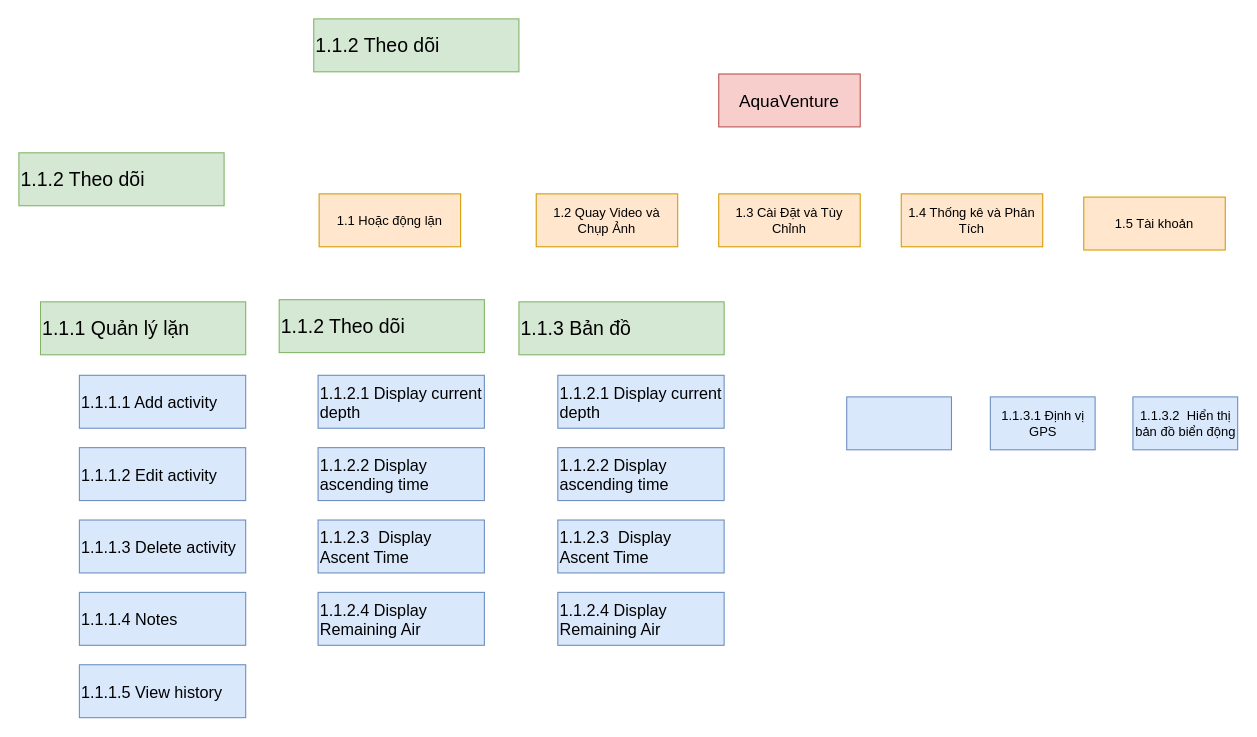
Earlier version of the draw.io diagram a hirearchical model for aquaventure.drawio (myndgcc20002/Employee_CRUD). Source tidied: cells renumbered, new cells numbered last; positions are measured from the earlier drawing's top-left corner, leaving out a move shared by most shapes. Both pictures are drawn from the tidied source at 108%, with x=0, y=0 at pixel (18, 18).
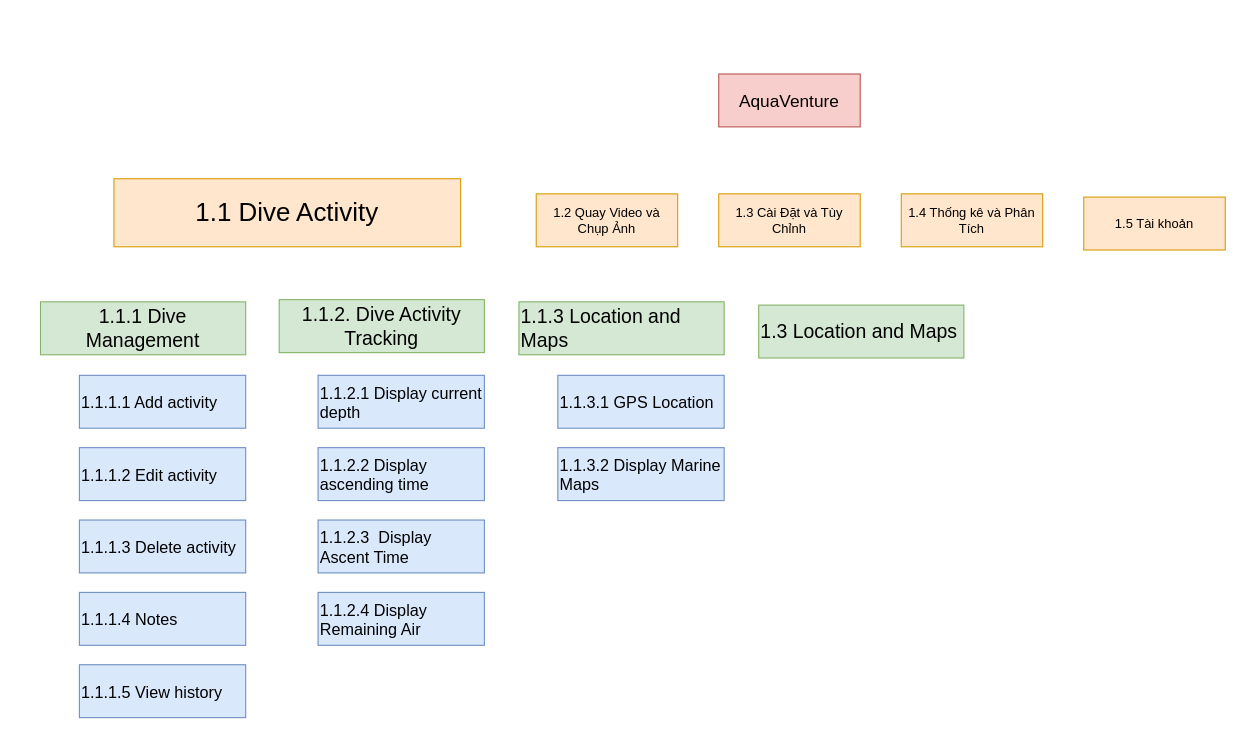
The same page after the edit.

What changed in the source:
```diff
@@
-    <mxCell id="3" value="   1.1 Hoặc động lặn" style="rounded=0;whiteSpace=wrap;html=1;fillColor=#ffe6cc;strokeColor=#d79b00;" parent="1" vertex="1">
-      <mxGeometry x="278" y="162" width="131" height="49" as="geometry" />
+    <mxCell id="3" value="1.1 Dive Activity" style="rounded=0;whiteSpace=wrap;html=1;fillColor=#ffe6cc;strokeColor=#d79b00;fontSize=24;" parent="1" vertex="1">
+      <mxGeometry x="88" y="148" width="321" height="63" as="geometry" />
     </mxCell>
@@
-    <mxCell id="8" value="1.1.1 Quản lý lặn" style="rounded=0;whiteSpace=wrap;html=1;fillColor=#d5e8d4;strokeColor=#82b366;align=left;fontSize=18;" parent="1" vertex="1">
+    <mxCell id="8" value="1.1.1 Dive Management" style="rounded=0;whiteSpace=wrap;html=1;fillColor=#d5e8d4;strokeColor=#82b366;align=center;fontSize=18;" parent="1" vertex="1">
       <mxGeometry x="20" y="262" width="190" height="49" as="geometry" />
     </mxCell>
@@
-    <mxCell id="10" style="rounded=0;whiteSpace=wrap;html=1;fillColor=#dae8fc;strokeColor=#6c8ebf;" parent="1" vertex="1">
-      <mxGeometry x="766.5" y="350" width="97" height="49" as="geometry" />
-    </mxCell>
-    <mxCell id="11" value="1.1.3.1&amp;nbsp;Định vị GPS" style="rounded=0;whiteSpace=wrap;html=1;fillColor=#dae8fc;strokeColor=#6c8ebf;" parent="1" vertex="1">
-      <mxGeometry x="899.5" y="350" width="97" height="49" as="geometry" />
-    </mxCell>
-    <mxCell id="12" value="1.1.3.2&amp;nbsp; Hiển thị bản đồ biển động" style="rounded=0;whiteSpace=wrap;html=1;fillColor=#dae8fc;strokeColor=#6c8ebf;" parent="1" vertex="1">
-      <mxGeometry x="1031.5" y="350" width="97" height="49" as="geometry" />
-    </mxCell>
-    <mxCell id="13" value="1.1.2 Theo dõi" style="rounded=0;whiteSpace=wrap;html=1;fillColor=#d5e8d4;strokeColor=#82b366;align=left;fontSize=18;" parent="1" vertex="1">
-      <mxGeometry y="124" width="190" height="49" as="geometry" />
-    </mxCell>
-    <mxCell id="14" value="1.1.2 Theo dõi" style="rounded=0;whiteSpace=wrap;html=1;fillColor=#d5e8d4;strokeColor=#82b366;align=left;fontSize=18;" parent="1" vertex="1">
-      <mxGeometry x="273" width="190" height="49" as="geometry" />
-    </mxCell>
-    <mxCell id="15" value="1.1.3 Bản đồ" style="rounded=0;whiteSpace=wrap;html=1;fillColor=#d5e8d4;strokeColor=#82b366;align=left;fontSize=18;" parent="1" vertex="1">
+    <mxCell id="15" value="1.1.3 Location and Maps" style="rounded=0;whiteSpace=wrap;html=1;fillColor=#d5e8d4;strokeColor=#82b366;align=left;fontSize=18;" parent="1" vertex="1">
       <mxGeometry x="463" y="262" width="190" height="49" as="geometry" />
     </mxCell>
-    <mxCell id="16" value="1.1.2 Theo dõi" style="rounded=0;whiteSpace=wrap;html=1;fillColor=#d5e8d4;strokeColor=#82b366;align=left;fontSize=18;" parent="1" vertex="1">
+    <mxCell id="16" value="1.1.2. Dive Activity Tracking" style="rounded=0;whiteSpace=wrap;html=1;fillColor=#d5e8d4;strokeColor=#82b366;align=center;fontSize=18;" parent="1" vertex="1">
       <mxGeometry x="241" y="260" width="190" height="49" as="geometry" />
     </mxCell>
@@
-    <mxCell id="25" value="1.1.2.1 Display current depth" style="rounded=0;whiteSpace=wrap;html=1;fillColor=#dae8fc;strokeColor=#6c8ebf;fontSize=15;align=left;" parent="1" vertex="1">
+    <mxCell id="25" value="1.1.3.1 GPS Location" style="rounded=0;whiteSpace=wrap;html=1;fillColor=#dae8fc;strokeColor=#6c8ebf;fontSize=15;align=left;" parent="1" vertex="1">
       <mxGeometry x="499" y="330" width="154" height="49" as="geometry" />
     </mxCell>
-    <mxCell id="26" value="1.1.2.2 Display ascending time" style="rounded=0;whiteSpace=wrap;html=1;fillColor=#dae8fc;strokeColor=#6c8ebf;fontSize=15;align=left;" parent="1" vertex="1">
+    <mxCell id="26" value="1.1.3.2 Display Marine Maps" style="rounded=0;whiteSpace=wrap;html=1;fillColor=#dae8fc;strokeColor=#6c8ebf;fontSize=15;align=left;" parent="1" vertex="1">
       <mxGeometry x="499" y="397" width="154" height="49" as="geometry" />
     </mxCell>
-    <mxCell id="27" value="1.1.2.3&amp;nbsp; Display Ascent Time" style="rounded=0;whiteSpace=wrap;html=1;fillColor=#dae8fc;strokeColor=#6c8ebf;fontSize=15;align=left;" parent="1" vertex="1">
-      <mxGeometry x="499" y="464" width="154" height="49" as="geometry" />
-    </mxCell>
-    <mxCell id="28" value="1.1.2.4 Display Remaining Air" style="rounded=0;whiteSpace=wrap;html=1;fillColor=#dae8fc;strokeColor=#6c8ebf;fontSize=15;align=left;" parent="1" vertex="1">
-      <mxGeometry x="499" y="531" width="154" height="49" as="geometry" />
-    </mxCell>
+    <mxCell id="29" value="1.3 Location and Maps" style="rounded=0;whiteSpace=wrap;html=1;fillColor=#d5e8d4;strokeColor=#82b366;align=left;fontSize=18;" parent="1" vertex="1">
+      <mxGeometry x="685" y="265" width="190" height="49" as="geometry" />
+    </mxCell>
```
